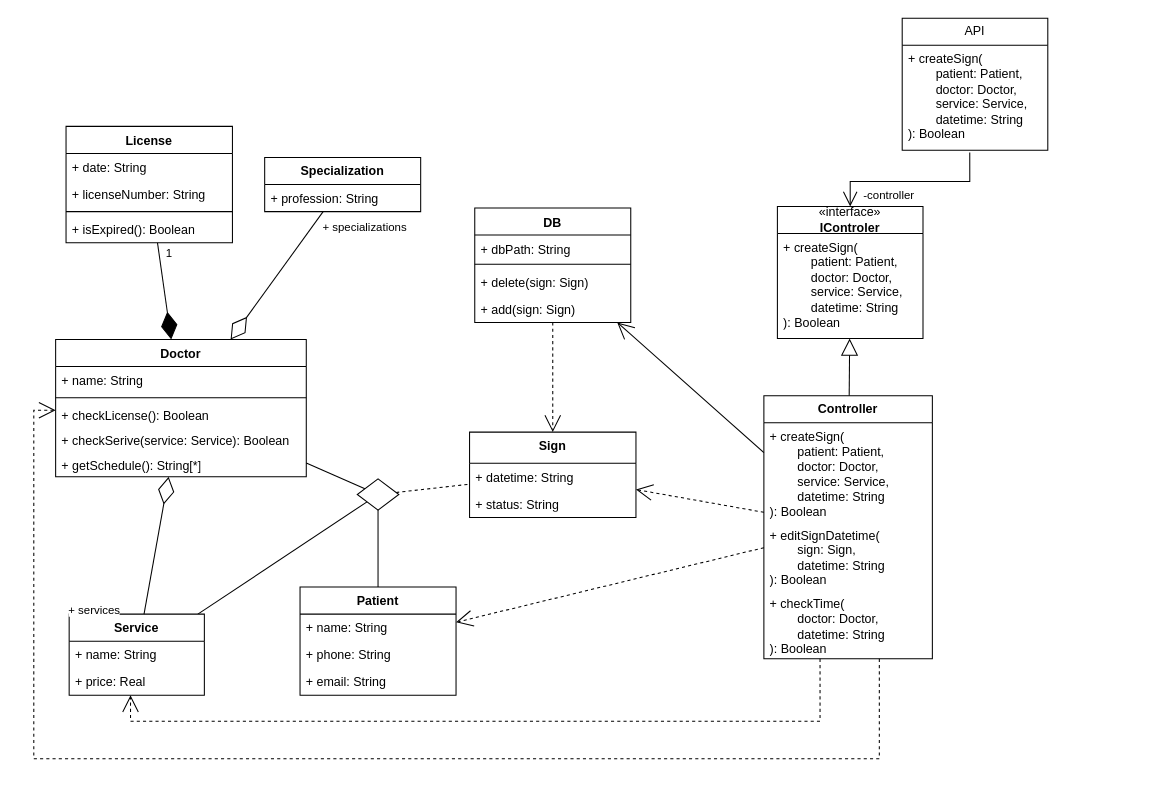
The draw.io diagram page "классов" (4 of 6) of 2 лаба.drawio in Encorsio23/OOAPGovorovMikhailitsinMuslimov, before the edit. Source tidied: cells renumbered, new cells numbered last; positions are measured from the earlier drawing's top-left corner, leaving out a move shared by most shapes. Both pictures are drawn from the tidied source at 104%, with x=0, y=0 at pixel (33, 18).
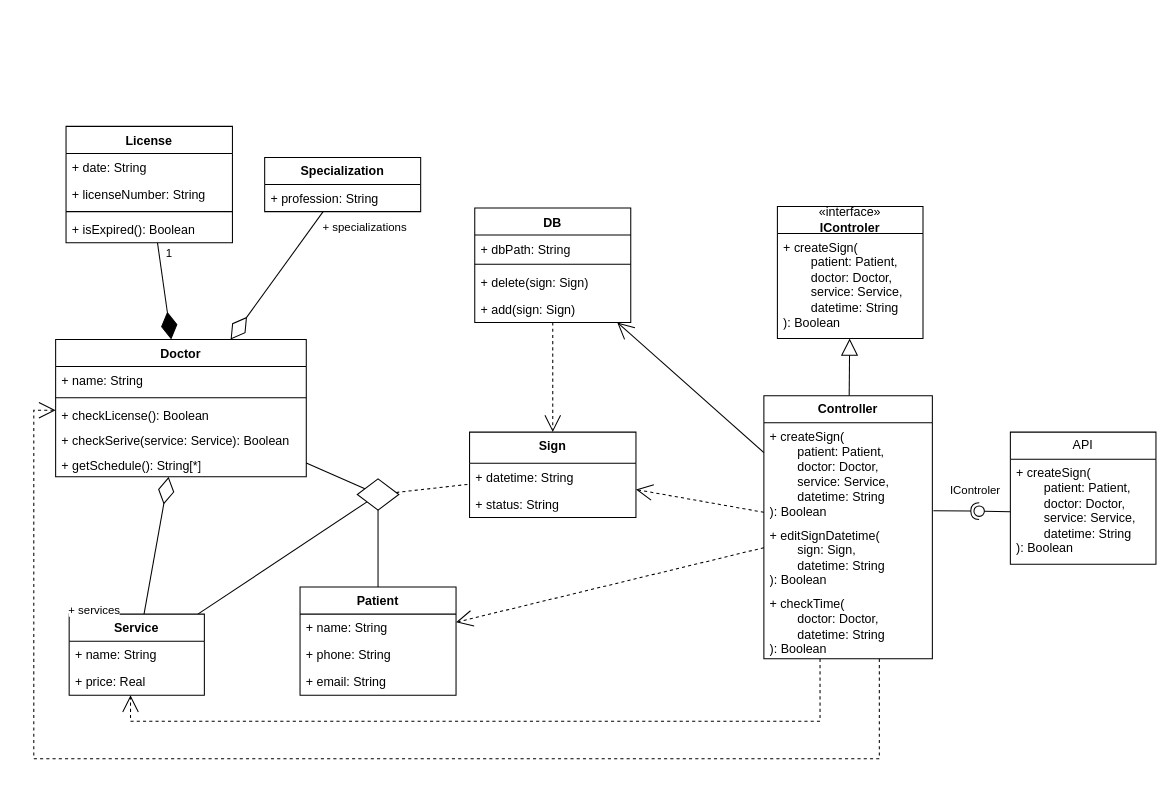
The same page after the edit.

Unchanged cells that the change refers to:
```xml
<mxCell id="26" value="«interface»&lt;br&gt;&lt;b&gt;IControler&lt;/b&gt;" style="swimlane;fontStyle=0;horizontal=1;startSize=26;fillColor=none;whiteSpace=wrap;html=1;" parent="1" vertex="1">
  <mxGeometry x="715" y="181" width="140" height="127" as="geometry" />
</mxCell>
<mxCell id="31" value="+ createSign(&lt;div&gt;&lt;span style=&quot;white-space: pre;&quot;&gt;&#9;&lt;/span&gt;patient: Patient,&lt;/div&gt;&lt;div&gt;&lt;span style=&quot;white-space: pre;&quot;&gt;&#9;&lt;/span&gt;doctor: Doctor,&lt;/div&gt;&lt;div&gt;&lt;span style=&quot;white-space: pre;&quot;&gt;&#9;&lt;/span&gt;service: Service,&lt;/div&gt;&lt;div&gt;&lt;div&gt;&lt;span style=&quot;white-space: pre;&quot;&gt;&#9;&lt;/span&gt;datetime: String&lt;/div&gt;&lt;/div&gt;&lt;div&gt;):&amp;nbsp;&lt;span style=&quot;background-color: transparent; color: light-dark(rgb(0, 0, 0), rgb(255, 255, 255));&quot;&gt;Boolean&lt;/span&gt;&lt;/div&gt;" style="text;strokeColor=none;fillColor=none;align=left;verticalAlign=top;spacingLeft=4;spacingRight=4;overflow=hidden;points=[[0,0.5],[1,0.5]];portConstraint=eastwest;whiteSpace=wrap;html=1;" parent="30" vertex="1">
  <mxGeometry y="26" width="162" height="95" as="geometry" />
</mxCell>
<mxCell id="52" value="+ createSign(&lt;div&gt;&lt;span style=&quot;white-space: pre;&quot;&gt;&#9;&lt;/span&gt;patient: Patient,&lt;/div&gt;&lt;div&gt;&lt;span style=&quot;white-space: pre;&quot;&gt;&#9;&lt;/span&gt;doctor: Doctor,&lt;/div&gt;&lt;div&gt;&lt;span style=&quot;white-space: pre;&quot;&gt;&#9;&lt;/span&gt;service: Service,&lt;/div&gt;&lt;div&gt;&lt;span style=&quot;white-space: pre;&quot;&gt;&#9;&lt;/span&gt;datetime: String&lt;/div&gt;&lt;div&gt;):&amp;nbsp;&lt;span style=&quot;background-color: transparent; color: light-dark(rgb(0, 0, 0), rgb(255, 255, 255));&quot;&gt;Boolean&lt;/span&gt;&lt;/div&gt;" style="text;strokeColor=none;fillColor=none;align=left;verticalAlign=top;spacingLeft=4;spacingRight=4;overflow=hidden;points=[[0,0.5],[1,0.5]];portConstraint=eastwest;whiteSpace=wrap;html=1;" parent="51" vertex="1">
  <mxGeometry y="26" width="140" height="101" as="geometry" />
</mxCell>
```

The edit, as a diff of the source:
```diff
@@
     <mxCell id="51" value="API" style="swimlane;fontStyle=0;horizontal=1;startSize=26;fillColor=none;whiteSpace=wrap;html=1;" parent="1" vertex="1">
-      <mxGeometry x="835" width="140" height="127" as="geometry" />
+      <mxGeometry x="939" y="398" width="140" height="127" as="geometry" />
     </mxCell>
@@
-    <mxCell id="53" style="endArrow=open;endFill=1;endSize=12;html=1;rounded=0;exitX=0.464;exitY=1.02;exitDx=0;exitDy=0;exitPerimeter=0;entryX=0.5;entryY=0;entryDx=0;entryDy=0;edgeStyle=orthogonalEdgeStyle;" parent="1" edge="1" source="52" target="26">
-      <mxGeometry relative="1" as="geometry">
-        <Array as="points">
-          <mxPoint x="900" y="157" />
-          <mxPoint x="785" y="157" />
-        </Array>
-      </mxGeometry>
-    </mxCell>
-    <mxCell id="54" value="-controller" style="edgeLabel;html=1;align=center;verticalAlign=middle;" parent="53" vertex="1">
-      <mxGeometry x="-0.01" y="-2" relative="1" as="geometry">
-        <mxPoint x="-23" y="14" as="offset" />
-      </mxGeometry>
-    </mxCell>
+    <mxCell id="55" style="rounded=0;jettySize=auto;html=1;endArrow=halfCircle;endFill=0;endSize=6;strokeWidth=1;sketch=0;exitX=1.006;exitY=0.89;exitDx=0;exitDy=0;exitPerimeter=0;" parent="1" edge="1" source="31">
+      <mxGeometry relative="1" as="geometry">
+        <mxPoint x="909" y="474" as="targetPoint" />
+      </mxGeometry>
+    </mxCell>
+    <mxCell id="56" value="IControler" style="edgeLabel;html=1;align=center;verticalAlign=middle;" parent="55" vertex="1">
+      <mxGeometry x="0.45" relative="1" as="geometry">
+        <mxPoint x="8" y="-20" as="offset" />
+      </mxGeometry>
+    </mxCell>
+    <mxCell id="57" style="rounded=0;jettySize=auto;html=1;endArrow=oval;endFill=0;sketch=0;sourcePerimeterSpacing=0;targetPerimeterSpacing=0;endSize=10;exitX=0;exitY=0.5;exitDx=0;exitDy=0;" parent="1" edge="1" source="52">
+      <mxGeometry relative="1" as="geometry">
+        <mxPoint x="909" y="474" as="targetPoint" />
+      </mxGeometry>
+    </mxCell>
+    <mxCell id="58" style="ellipse;whiteSpace=wrap;html=1;align=center;fillColor=none;strokeColor=none;perimeter=centerPerimeter;" parent="1" vertex="1">
+      <mxGeometry x="895" y="252.5" width="10" height="10" as="geometry" />
+    </mxCell>
```
